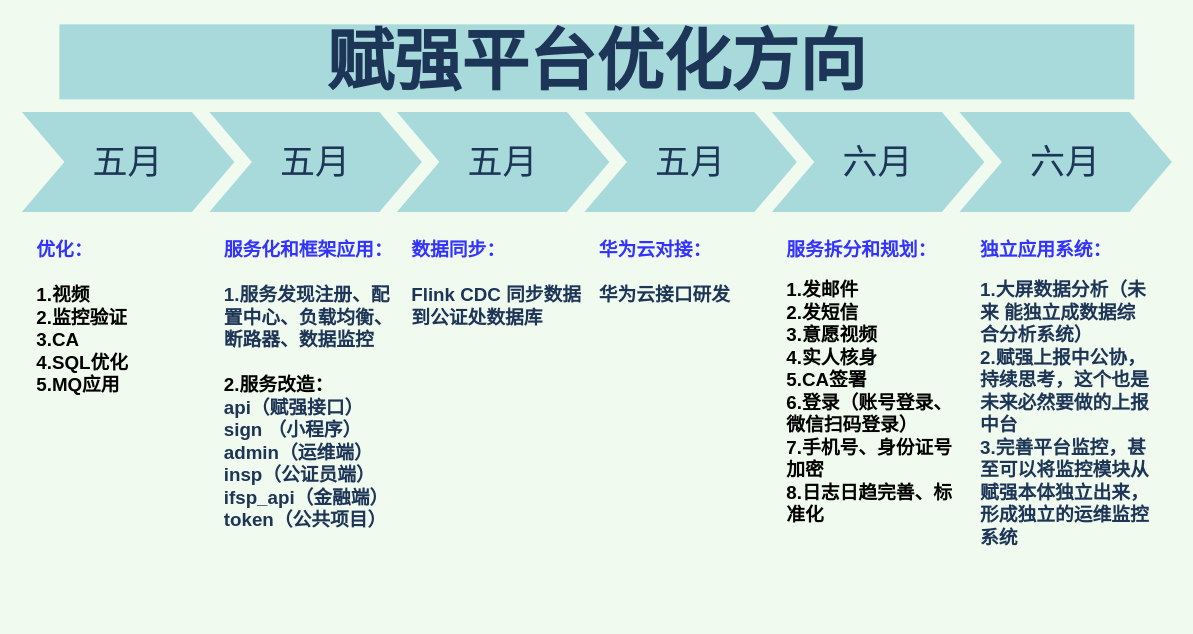
Above: page "赋强平台优化方向" (1 of 3) of 赋强平台优化方案.drawio in wuyongfeng/wuyongfeng (draw.io), before the change. Source tidied: cells renumbered, new cells numbered last; positions are measured from the earlier drawing's top-left corner, leaving out a move shared by most shapes. Both pictures are drawn from the tidied source at 125%, with x=0, y=0 at pixel (21, 24).
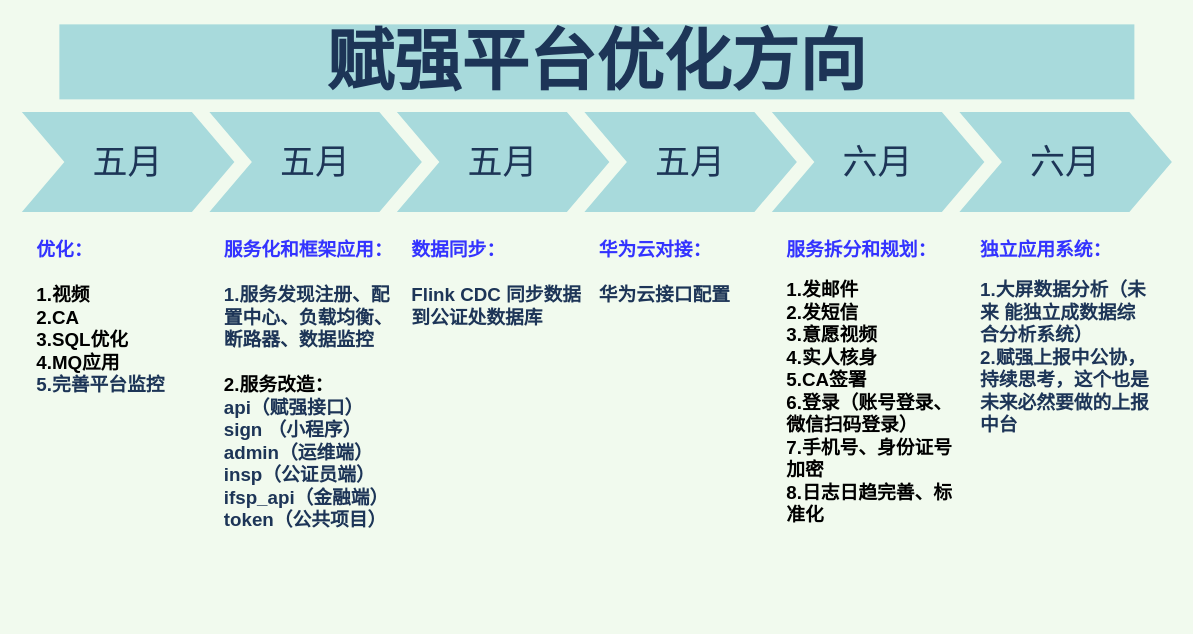
The same diagram, later.

Diff of the diagram source:
```diff
@@
 <mxGraphModel background="#F1FAEE">
   <root>
     <mxCell id="0" />
     <mxCell id="1" parent="0" />
     <mxCell id="2" value="五月" style="shape=step;whiteSpace=wrap;html=1;fontSize=28;fillColor=#A8DADC;fontColor=#1D3557;strokeColor=none;" parent="1" vertex="1">
       <mxGeometry y="70" width="170" height="80" as="geometry" />
     </mxCell>
     <mxCell id="3" value="五月" style="shape=step;whiteSpace=wrap;html=1;fontSize=28;fillColor=#A8DADC;fontColor=#1D3557;strokeColor=none;" parent="1" vertex="1">
       <mxGeometry x="150" y="70" width="170" height="80" as="geometry" />
     </mxCell>
     <mxCell id="4" value="五月" style="shape=step;whiteSpace=wrap;html=1;fontSize=28;fillColor=#A8DADC;fontColor=#1D3557;strokeColor=none;" parent="1" vertex="1">
       <mxGeometry x="300" y="70" width="170" height="80" as="geometry" />
     </mxCell>
     <mxCell id="5" value="五月" style="shape=step;whiteSpace=wrap;html=1;fontSize=28;fillColor=#A8DADC;fontColor=#1D3557;strokeColor=none;" parent="1" vertex="1">
       <mxGeometry x="450" y="70" width="170" height="80" as="geometry" />
     </mxCell>
     <mxCell id="6" value="六月" style="shape=step;whiteSpace=wrap;html=1;fontSize=28;fillColor=#A8DADC;fontColor=#1D3557;strokeColor=none;" parent="1" vertex="1">
       <mxGeometry x="600" y="70" width="170" height="80" as="geometry" />
     </mxCell>
     <mxCell id="7" value="六月" style="shape=step;whiteSpace=wrap;html=1;fontSize=28;fillColor=#A8DADC;fontColor=#1D3557;strokeColor=none;" parent="1" vertex="1">
       <mxGeometry x="750" y="70" width="170" height="80" as="geometry" />
     </mxCell>
     <mxCell id="8" value="赋强平台优化方向" style="text;html=1;strokeColor=none;fillColor=#A8DADC;align=center;verticalAlign=middle;whiteSpace=wrap;fontSize=54;fontStyle=1;fontColor=#1D3557;" parent="1" vertex="1">
       <mxGeometry x="30" width="860" height="60" as="geometry" />
     </mxCell>
-    <mxCell id="9" value="&lt;div style=&quot;font-size: 15px&quot;&gt;&lt;font color=&quot;#3333ff&quot;&gt;优化：&lt;/font&gt;&lt;br&gt;&lt;br&gt;&lt;/div&gt;&lt;div style=&quot;font-size: 15px&quot;&gt;1.视频&lt;/div&gt;&lt;div style=&quot;font-size: 15px&quot;&gt;2.监控验证&lt;/div&gt;&lt;div style=&quot;font-size: 15px&quot;&gt;3.CA&lt;/div&gt;&lt;div style=&quot;font-size: 15px&quot;&gt;4.SQL优化&lt;/div&gt;&lt;div style=&quot;font-size: 15px&quot;&gt;5.MQ应用&lt;/div&gt;" style="text;spacingTop=-5;fillColor=default;whiteSpace=wrap;html=1;align=left;fontSize=15;fontFamily=Helvetica;fillColor=none;strokeColor=none;verticalAlign=top;horizontal=1;labelPosition=center;verticalLabelPosition=middle;fontStyle=1;labelBorderColor=none;" parent="1" vertex="1">
+    <mxCell id="9" value="&lt;div style=&quot;font-size: 15px&quot;&gt;&lt;font color=&quot;#3333ff&quot;&gt;优化：&lt;/font&gt;&lt;br&gt;&lt;br&gt;&lt;/div&gt;&lt;div style=&quot;font-size: 15px&quot;&gt;1.视频&lt;/div&gt;&lt;div style=&quot;font-size: 15px&quot;&gt;2.CA&lt;/div&gt;&lt;div style=&quot;font-size: 15px&quot;&gt;3.SQL优化&lt;/div&gt;&lt;div style=&quot;font-size: 15px&quot;&gt;4.MQ应用&lt;/div&gt;&lt;div style=&quot;font-size: 15px&quot;&gt;&lt;b style=&quot;color: rgb(29 , 53 , 87)&quot;&gt;5.完善平台监控&lt;/b&gt;&lt;br&gt;&lt;/div&gt;" style="text;spacingTop=-5;fillColor=default;whiteSpace=wrap;html=1;align=left;fontSize=15;fontFamily=Helvetica;fillColor=none;strokeColor=none;verticalAlign=top;horizontal=1;labelPosition=center;verticalLabelPosition=middle;fontStyle=1;labelBorderColor=none;" parent="1" vertex="1">
       <mxGeometry x="10" y="170" width="140" height="230" as="geometry" />
     </mxCell>
     <mxCell id="10" value="&lt;div&gt;&lt;font color=&quot;#3333ff&quot;&gt;服务化和框架应用：&lt;/font&gt;&lt;/div&gt;&lt;div style=&quot;color: rgb(0 , 0 , 0)&quot;&gt;&lt;br&gt;&lt;/div&gt;&lt;div style=&quot;color: rgb(0 , 0 , 0)&quot;&gt;&lt;span style=&quot;color: rgb(29 , 53 , 87)&quot;&gt;1.服务发现注册、配置中心、负载均衡、断路器、数据监控&lt;/span&gt;&lt;br&gt;&lt;/div&gt;&lt;div style=&quot;color: rgb(0 , 0 , 0)&quot;&gt;&lt;br&gt;&lt;/div&gt;&lt;div style=&quot;color: rgb(0 , 0 , 0)&quot;&gt;2.服务改造：&lt;/div&gt;&lt;div&gt;api（赋强接口）&lt;/div&gt;&lt;div&gt;sign （小程序）&lt;/div&gt;&lt;div&gt;admin（运维端）&lt;/div&gt;&lt;div&gt;insp（公证员端）&lt;/div&gt;&lt;div&gt;ifsp_api（金融端）&lt;/div&gt;&lt;span&gt;token（公共项目）&lt;/span&gt;&lt;br&gt;&lt;div style=&quot;color: rgb(0 , 0 , 0)&quot;&gt;&lt;br&gt;&lt;/div&gt;" style="text;spacingTop=-5;fillColor=#ffffff;whiteSpace=wrap;html=1;align=left;fontSize=15;fontFamily=Helvetica;fillColor=none;strokeColor=none;fontColor=#1D3557;fontStyle=1;" parent="1" vertex="1">
       <mxGeometry x="160" y="170" width="140" height="300" as="geometry" />
     </mxCell>
     <mxCell id="11" value="&lt;b style=&quot;font-size: 15px&quot;&gt;&lt;font color=&quot;#3333ff&quot;&gt;数据同步：&lt;/font&gt;&lt;br&gt;&lt;br&gt;Flink CDC 同步数据到公证处数据库&lt;/b&gt;" style="text;spacingTop=-5;fillColor=#ffffff;whiteSpace=wrap;html=1;align=left;fontSize=12;fontFamily=Helvetica;fillColor=none;strokeColor=none;fontColor=#1D3557;" parent="1" vertex="1">
       <mxGeometry x="310" y="170" width="140" height="300" as="geometry" />
     </mxCell>
-    <mxCell id="12" value="&lt;b style=&quot;font-size: 15px&quot;&gt;&lt;font color=&quot;#3333ff&quot;&gt;华为云对接：&lt;/font&gt;&lt;br&gt;&lt;br&gt;华为云接口研发&lt;br&gt;&lt;/b&gt;" style="text;spacingTop=-5;fillColor=#ffffff;whiteSpace=wrap;html=1;align=left;fontSize=12;fontFamily=Helvetica;fillColor=none;strokeColor=none;fontColor=#1D3557;" parent="1" vertex="1">
+    <mxCell id="12" value="&lt;b style=&quot;font-size: 15px&quot;&gt;&lt;font color=&quot;#3333ff&quot;&gt;华为云对接：&lt;/font&gt;&lt;br&gt;&lt;br&gt;华为云接口配置&lt;br&gt;&lt;/b&gt;" style="text;spacingTop=-5;fillColor=#ffffff;whiteSpace=wrap;html=1;align=left;fontSize=12;fontFamily=Helvetica;fillColor=none;strokeColor=none;fontColor=#1D3557;" parent="1" vertex="1">
       <mxGeometry x="460" y="170" width="140" height="280" as="geometry" />
     </mxCell>
     <mxCell id="13" value="&lt;span style=&quot;font-size: 15px&quot;&gt;&lt;b&gt;&lt;font color=&quot;#3333ff&quot;&gt;服务拆分和规划：&lt;/font&gt;&lt;/b&gt;&lt;/span&gt;&lt;br&gt;&lt;br&gt;&lt;div&gt;&lt;div style=&quot;font-size: 15px ; font-weight: 700 ; color: rgb(0 , 0 , 0)&quot;&gt;1.发邮件&lt;/div&gt;&lt;div style=&quot;font-size: 15px ; font-weight: 700 ; color: rgb(0 , 0 , 0)&quot;&gt;2.发短信&lt;/div&gt;&lt;div style=&quot;font-size: 15px ; font-weight: 700 ; color: rgb(0 , 0 , 0)&quot;&gt;3.意愿视频&lt;/div&gt;&lt;div style=&quot;font-size: 15px ; font-weight: 700 ; color: rgb(0 , 0 , 0)&quot;&gt;4.实人核身&lt;/div&gt;&lt;div style=&quot;font-size: 15px ; font-weight: 700 ; color: rgb(0 , 0 , 0)&quot;&gt;5.CA签署&lt;/div&gt;&lt;div style=&quot;font-size: 15px ; font-weight: 700 ; color: rgb(0 , 0 , 0)&quot;&gt;6.登录（账号登录、微信扫码登录）&lt;/div&gt;&lt;div style=&quot;font-size: 15px ; font-weight: 700 ; color: rgb(0 , 0 , 0)&quot;&gt;7.手机号、身份证号加密&lt;/div&gt;&lt;div style=&quot;font-size: 15px ; font-weight: 700 ; color: rgb(0 , 0 , 0)&quot;&gt;8.日志日趋完善、标准化&lt;/div&gt;&lt;/div&gt;" style="text;spacingTop=-5;fillColor=#ffffff;whiteSpace=wrap;html=1;align=left;fontSize=12;fontFamily=Helvetica;fillColor=none;strokeColor=none;fontColor=#1D3557;" parent="1" vertex="1">
       <mxGeometry x="610" y="170" width="140" height="230" as="geometry" />
     </mxCell>
-    <mxCell id="14" value="&lt;span style=&quot;font-size: 15px&quot;&gt;&lt;b&gt;&lt;font color=&quot;#3333ff&quot;&gt;独立应用系统：&lt;/font&gt;&lt;/b&gt;&lt;/span&gt;&lt;br&gt;&lt;br&gt;&lt;div&gt;&lt;span style=&quot;font-size: 15px&quot;&gt;&lt;b&gt;1.大屏数据分析（未来 能独立成数据综合分析系统）&lt;/b&gt;&lt;/span&gt;&lt;/div&gt;&lt;div&gt;&lt;span style=&quot;font-size: 15px&quot;&gt;&lt;b&gt;2.赋强上报中公协，持续思考，这个也是未来必然要做的上报中台&lt;/b&gt;&lt;/span&gt;&lt;/div&gt;&lt;span style=&quot;font-size: 15px&quot;&gt;&lt;b&gt;3.完善平台监控，甚至可以将监控模块从赋强本体独立出来，形成独立的运维监控系统&lt;/b&gt;&lt;/span&gt;" style="text;spacingTop=-5;fillColor=#ffffff;whiteSpace=wrap;html=1;align=left;fontSize=12;fontFamily=Helvetica;fillColor=none;strokeColor=none;fontColor=#1D3557;" parent="1" vertex="1">
+    <mxCell id="14" value="&lt;span style=&quot;font-size: 15px&quot;&gt;&lt;b&gt;&lt;font color=&quot;#3333ff&quot;&gt;独立应用系统：&lt;/font&gt;&lt;/b&gt;&lt;/span&gt;&lt;br&gt;&lt;br&gt;&lt;div&gt;&lt;span style=&quot;font-size: 15px&quot;&gt;&lt;b&gt;1.大屏数据分析（未来 能独立成数据综合分析系统）&lt;/b&gt;&lt;/span&gt;&lt;/div&gt;&lt;div&gt;&lt;span style=&quot;font-size: 15px&quot;&gt;&lt;b&gt;2.赋强上报中公协，持续思考，这个也是未来必然要做的上报中台&lt;/b&gt;&lt;/span&gt;&lt;/div&gt;" style="text;spacingTop=-5;fillColor=#ffffff;whiteSpace=wrap;html=1;align=left;fontSize=12;fontFamily=Helvetica;fillColor=none;strokeColor=none;fontColor=#1D3557;" parent="1" vertex="1">
       <mxGeometry x="765" y="170" width="140" height="220" as="geometry" />
     </mxCell>
   </root>
 </mxGraphModel>
```
